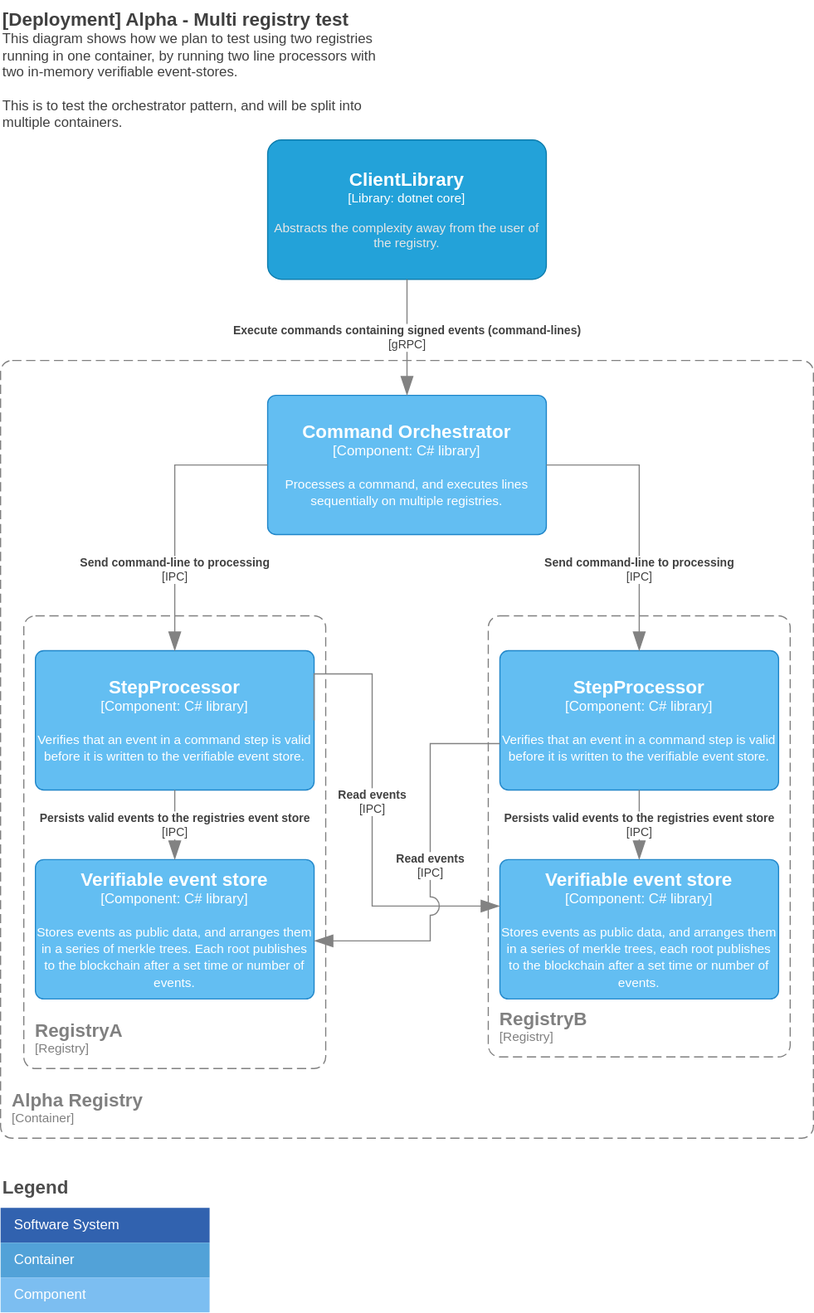
project-origin/registry keeps this draw.io diagram as doc/architecture/deployment_multiple_alpha.drawio.svg. Above is the earlier version. Source tidied: cells renumbered, new cells last; positions are measured from the earlier drawing's top-left corner, leaving out a move shared by most shapes.
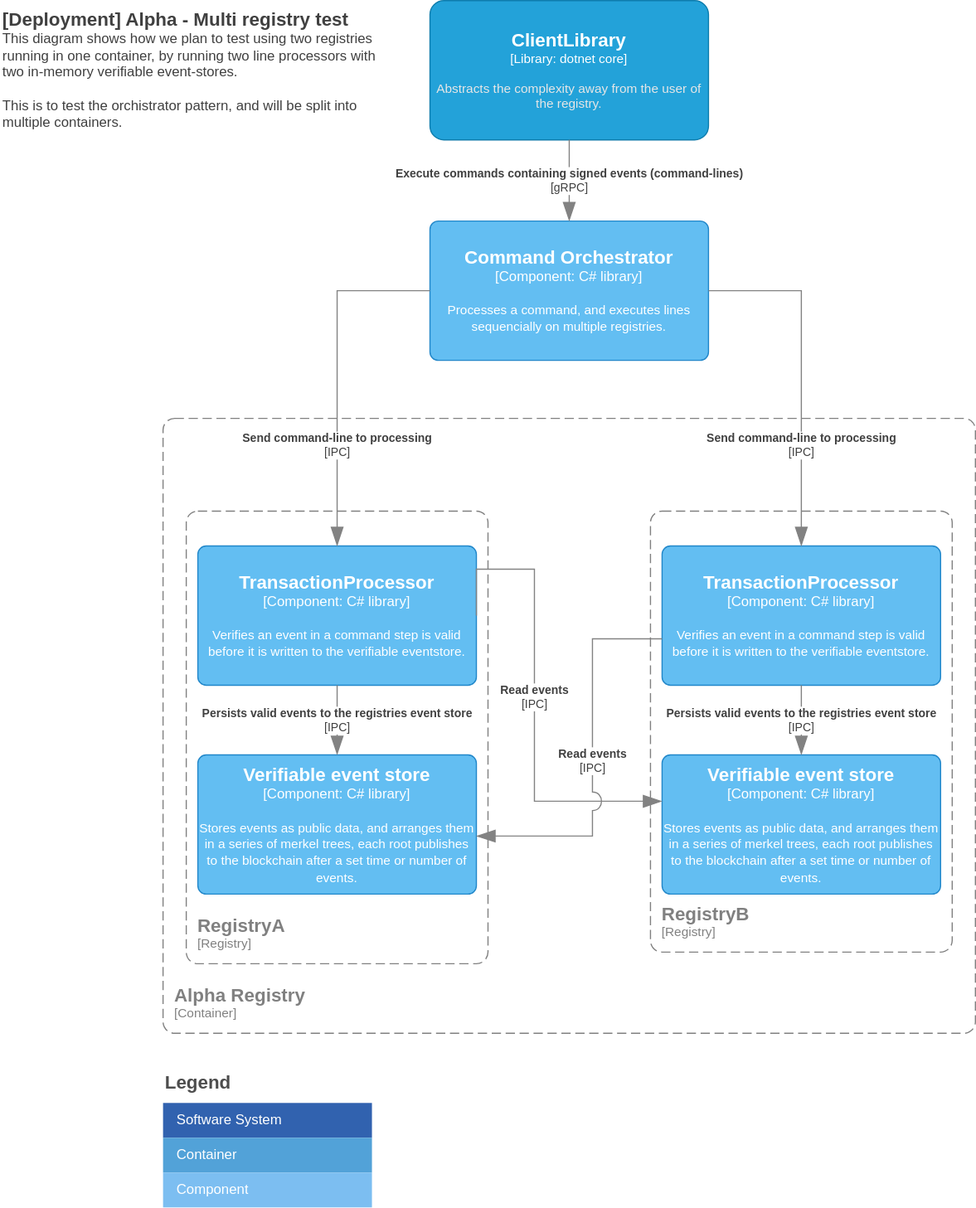
After the commit.

What changed in the source:
```diff
@@ -9,7 +9,7 @@
     </object>
     <object id="3" label="&lt;font style=&quot;font-size: 16px&quot;&gt;&lt;b&gt;&lt;div style=&quot;text-align: left&quot;&gt;%c4Name%&lt;/div&gt;&lt;/b&gt;&lt;/font&gt;&lt;div style=&quot;text-align: left&quot;&gt;[%c4Application%]&lt;/div&gt;" c4Application="Container" c4Name="Alpha Registry" c4Type="ContainerScopeBoundary" placeholders="1">
       <mxCell style="rounded=1;fontSize=11;whiteSpace=wrap;html=1;dashed=1;arcSize=20;fillColor=none;strokeColor=#808080;fontColor=#808080;labelBackgroundColor=none;align=left;verticalAlign=bottom;labelBorderColor=none;spacingTop=0;spacing=10;dashPattern=8 4;perimeter=rectanglePerimeter;labelPadding=0;absoluteArcSize=1;" parent="1" vertex="1">
-        <mxGeometry y="310" width="700" height="670" as="geometry" />
+        <mxGeometry y="450" width="700" height="530" as="geometry" />
       </mxCell>
     </object>
     <object id="4" label="&lt;font style=&quot;font-size: 16px&quot;&gt;&lt;b&gt;%c4Name%&lt;/b&gt;&lt;/font&gt;&lt;div&gt;[%c4Type%: %c4Technology%]&lt;/div&gt;&lt;br&gt;&lt;div&gt;&lt;font style=&quot;font-size: 11px&quot;&gt;%c4Description%&lt;/font&gt;&lt;/div&gt;" c4Description="Stores events as public data, and arranges them in a series of merkel trees, each root publishes to the blockchain after a set time or number of events." c4Name="Verifiable event store" c4Technology="C# library" c4Type="Component" placeholders="1">
@@ -17,19 +17,19 @@
         <mxGeometry x="30" y="740" width="240" height="120" as="geometry" />
       </mxCell>
     </object>
-    <object id="5" label="&lt;font style=&quot;font-size: 16px&quot;&gt;&lt;b&gt;%c4Name%&lt;/b&gt;&lt;/font&gt;&lt;div&gt;[%c4Type%: %c4Technology%]&lt;/div&gt;&lt;br&gt;&lt;div&gt;&lt;font style=&quot;font-size: 11px&quot;&gt;%c4Description%&lt;/font&gt;&lt;/div&gt;" c4Description="Verifies an event in a command step is valid before it is written to the verifiable eventstore." c4Name="StepProcessor" c4Technology="C# library" c4Type="Component" placeholders="1">
+    <object id="5" label="&lt;font style=&quot;font-size: 16px&quot;&gt;&lt;b&gt;%c4Name%&lt;/b&gt;&lt;/font&gt;&lt;div&gt;[%c4Type%: %c4Technology%]&lt;/div&gt;&lt;br&gt;&lt;div&gt;&lt;font style=&quot;font-size: 11px&quot;&gt;%c4Description%&lt;/font&gt;&lt;/div&gt;" c4Description="Verifies an event in a command step is valid before it is written to the verifiable eventstore." c4Name="TransactionProcessor" c4Technology="C# library" c4Type="Component" placeholders="1">
       <mxCell style="rounded=1;whiteSpace=wrap;html=1;labelBackgroundColor=none;fillColor=#63BEF2;fontColor=#ffffff;align=center;arcSize=6;strokeColor=#2086C9;points=[[0.25,0,0],[0.5,0,0],[0.75,0,0],[1,0.25,0],[1,0.5,0],[1,0.75,0],[0.75,1,0],[0.5,1,0],[0.25,1,0],[0,0.75,0],[0,0.5,0],[0,0.25,0]];" parent="1" vertex="1">
         <mxGeometry x="30" y="560" width="240" height="120" as="geometry" />
       </mxCell>
     </object>
     <object id="6" label="&lt;font style=&quot;font-size: 16px&quot;&gt;&lt;b&gt;%c4Name%&lt;/b&gt;&lt;/font&gt;&lt;div&gt;[%c4Type%: %c4Technology%]&lt;/div&gt;&lt;br&gt;&lt;div&gt;&lt;font style=&quot;font-size: 11px&quot;&gt;%c4Description%&lt;/font&gt;&lt;/div&gt;" c4Description="Processes a command, and executes lines sequencially on multiple registries. " c4Name="Command Orchestrator" c4Technology="C# library" c4Type="Component" placeholders="1">
       <mxCell style="rounded=1;whiteSpace=wrap;html=1;labelBackgroundColor=none;fillColor=#63BEF2;fontColor=#ffffff;align=center;arcSize=6;strokeColor=#2086C9;points=[[0.25,0,0],[0.5,0,0],[0.75,0,0],[1,0.25,0],[1,0.5,0],[1,0.75,0],[0.75,1,0],[0.5,1,0],[0.25,1,0],[0,0.75,0],[0,0.5,0],[0,0.25,0]];" parent="1" vertex="1">
-        <mxGeometry x="230" y="340" width="240" height="120" as="geometry" />
+        <mxGeometry x="230" y="280" width="240" height="120" as="geometry" />
       </mxCell>
     </object>
     <object id="7" label="&lt;font style=&quot;font-size: 16px&quot;&gt;&lt;b&gt;%c4Name%&lt;/b&gt;&lt;/font&gt;&lt;div&gt;[%c4Type%: %c4Technology%]&lt;/div&gt;&lt;br&gt;&lt;div&gt;&lt;font style=&quot;font-size: 11px&quot;&gt;&lt;font color=&quot;#E6E6E6&quot;&gt;%c4Description%&lt;/font&gt;&lt;/div&gt;" c4Description="Abstracts the complexity away from the user of the registry." c4Name="ClientLibrary" c4Technology="dotnet core" c4Type="Library" placeholders="1">
       <mxCell style="rounded=1;whiteSpace=wrap;html=1;fontSize=11;labelBackgroundColor=none;fillColor=#23A2D9;fontColor=#ffffff;align=center;arcSize=10;strokeColor=#0E7DAD;points=[[0.25,0,0],[0.5,0,0],[0.75,0,0],[1,0.25,0],[1,0.5,0],[1,0.75,0],[0.75,1,0],[0.5,1,0],[0.25,1,0],[0,0.75,0],[0,0.5,0],[0,0.25,0]];" parent="1" vertex="1">
-        <mxGeometry x="230" y="120" width="240" height="120" as="geometry" />
+        <mxGeometry x="230" y="90" width="240" height="120" as="geometry" />
       </mxCell>
     </object>
     <object id="8" label="&lt;div style=&quot;text-align: left&quot;&gt;&lt;div style=&quot;text-align: center&quot;&gt;&lt;b&gt;%c4Description%&lt;/b&gt;&lt;/div&gt;&lt;div style=&quot;text-align: center&quot;&gt;[%c4Technology%]&lt;/div&gt;&lt;/div&gt;" c4Description="Execute commands containing signed events (command-lines)" c4Technology="gRPC" c4Type="Relationship" placeholders="1">
@@ -64,7 +64,7 @@
     </mxCell>
     <object id="16" label="&lt;font style=&quot;font-size: 16px&quot;&gt;&lt;b&gt;&lt;div style=&quot;text-align: left&quot;&gt;%c4Name%&lt;/div&gt;&lt;/b&gt;&lt;/font&gt;&lt;div style=&quot;text-align: left&quot;&gt;%c4Description%&lt;/div&gt;" c4Description="This diagram shows how we plan to test using two registries running in one container, by running two line processors with two in-memory verifiable event-stores.&#10;&#10;This is to test the orchistrator pattern, and will be split into multiple containers." c4Name="[Deployment] Alpha - Multi registry test" c4Type="ContainerDiagramTitle" placeholders="1">
       <mxCell style="text;html=1;strokeColor=none;fillColor=none;align=left;verticalAlign=top;whiteSpace=wrap;rounded=0;fontColor=#404040;" parent="1" vertex="1">
-        <mxGeometry width="330" height="60" as="geometry" />
+        <mxGeometry x="-140" y="90" width="330" height="60" as="geometry" />
       </mxCell>
     </object>
     <object id="17" label="&lt;font style=&quot;font-size: 16px&quot;&gt;&lt;b&gt;%c4Name%&lt;/b&gt;&lt;/font&gt;&lt;div&gt;[%c4Type%: %c4Technology%]&lt;/div&gt;&lt;br&gt;&lt;div&gt;&lt;font style=&quot;font-size: 11px&quot;&gt;%c4Description%&lt;/font&gt;&lt;/div&gt;" c4Description="Stores events as public data, and arranges them in a series of merkel trees, each root publishes to the blockchain after a set time or number of events." c4Name="Verifiable event store" c4Technology="C# library" c4Type="Component" placeholders="1">
@@ -72,7 +72,7 @@
         <mxGeometry x="430" y="740" width="240" height="120" as="geometry" />
       </mxCell>
     </object>
-    <object id="18" label="&lt;font style=&quot;font-size: 16px&quot;&gt;&lt;b&gt;%c4Name%&lt;/b&gt;&lt;/font&gt;&lt;div&gt;[%c4Type%: %c4Technology%]&lt;/div&gt;&lt;br&gt;&lt;div&gt;&lt;font style=&quot;font-size: 11px&quot;&gt;%c4Description%&lt;/font&gt;&lt;/div&gt;" c4Description="Verifies an event in a command step is valid before it is written to the verifiable eventstore." c4Name="StepProcessor" c4Technology="C# library" c4Type="Component" placeholders="1">
+    <object id="18" label="&lt;font style=&quot;font-size: 16px&quot;&gt;&lt;b&gt;%c4Name%&lt;/b&gt;&lt;/font&gt;&lt;div&gt;[%c4Type%: %c4Technology%]&lt;/div&gt;&lt;br&gt;&lt;div&gt;&lt;font style=&quot;font-size: 11px&quot;&gt;%c4Description%&lt;/font&gt;&lt;/div&gt;" c4Description="Verifies an event in a command step is valid before it is written to the verifiable eventstore." c4Name="TransactionProcessor" c4Technology="C# library" c4Type="Component" placeholders="1">
       <mxCell style="rounded=1;whiteSpace=wrap;html=1;labelBackgroundColor=none;fillColor=#63BEF2;fontColor=#ffffff;align=center;arcSize=6;strokeColor=#2086C9;points=[[0.25,0,0],[0.5,0,0],[0.75,0,0],[1,0.25,0],[1,0.5,0],[1,0.75,0],[0.75,1,0],[0.5,1,0],[0.25,1,0],[0,0.75,0],[0,0.5,0],[0,0.25,0]];" parent="1" vertex="1">
         <mxGeometry x="430" y="560" width="240" height="120" as="geometry" />
       </mxCell>
```
